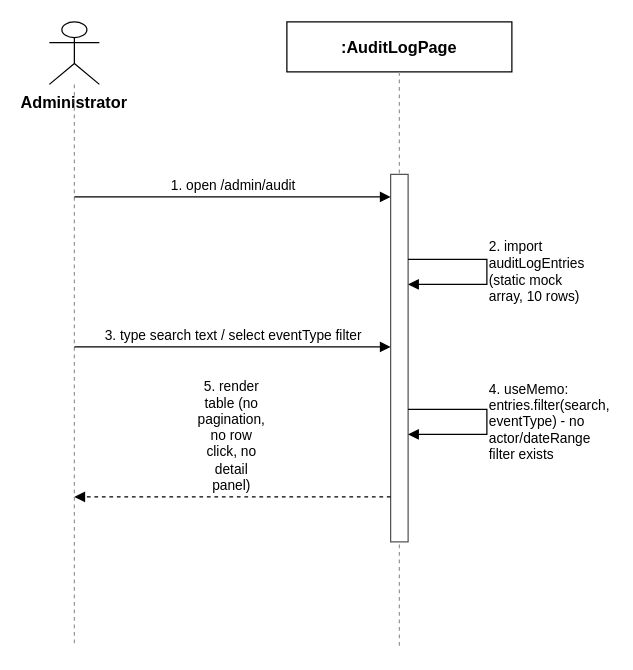
The draw.io diagram docs/qa/sequence-diagrams/Report4_SequenceDiagram_Administrator_View AuditTrail.drawio in tulklk/AI_Interview_Question_Generation_RAG_LLM_FE, before the edit. Source tidied: cells renumbered, new cells numbered last; positions are measured from the earlier drawing's top-left corner, leaving out a move shared by most shapes. Both pictures are drawn from the tidied source at 125%, with x=0, y=0 at pixel (49, 21).
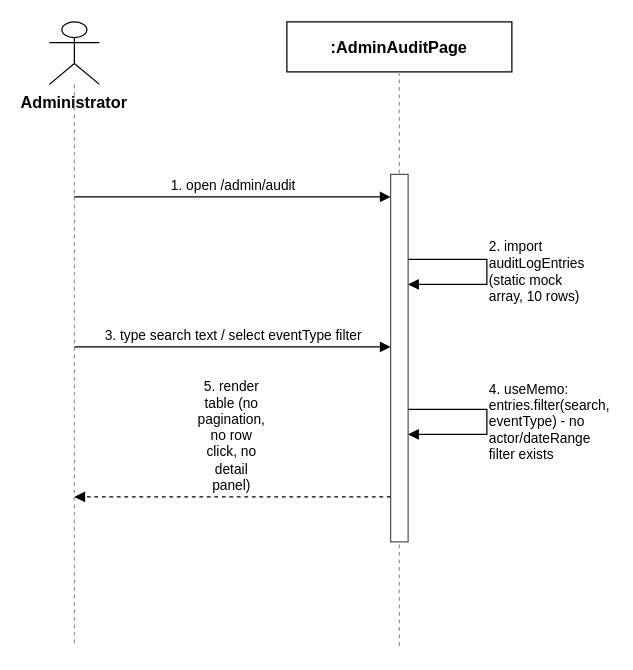
Above is the later version.

Commit message (it also covers changes not shown here):
docs(qa): align sequence diagrams with actual BE/FE code

The edit, as a diff of the source:
```diff
@@
-    <mxCell id="4" value=":AuditLogPage" style="rounded=0;whiteSpace=wrap;html=1;fontSize=13;fillColor=#ffffff;strokeColor=#000000;fontStyle=1;" parent="1" vertex="1">
+    <mxCell id="4" value=":AdminAuditPage" style="rounded=0;whiteSpace=wrap;html=1;fontSize=13;fillColor=#ffffff;strokeColor=#000000;fontStyle=1;" parent="1" vertex="1">
       <mxGeometry x="190" width="180" height="40" as="geometry" />
     </mxCell>
```
